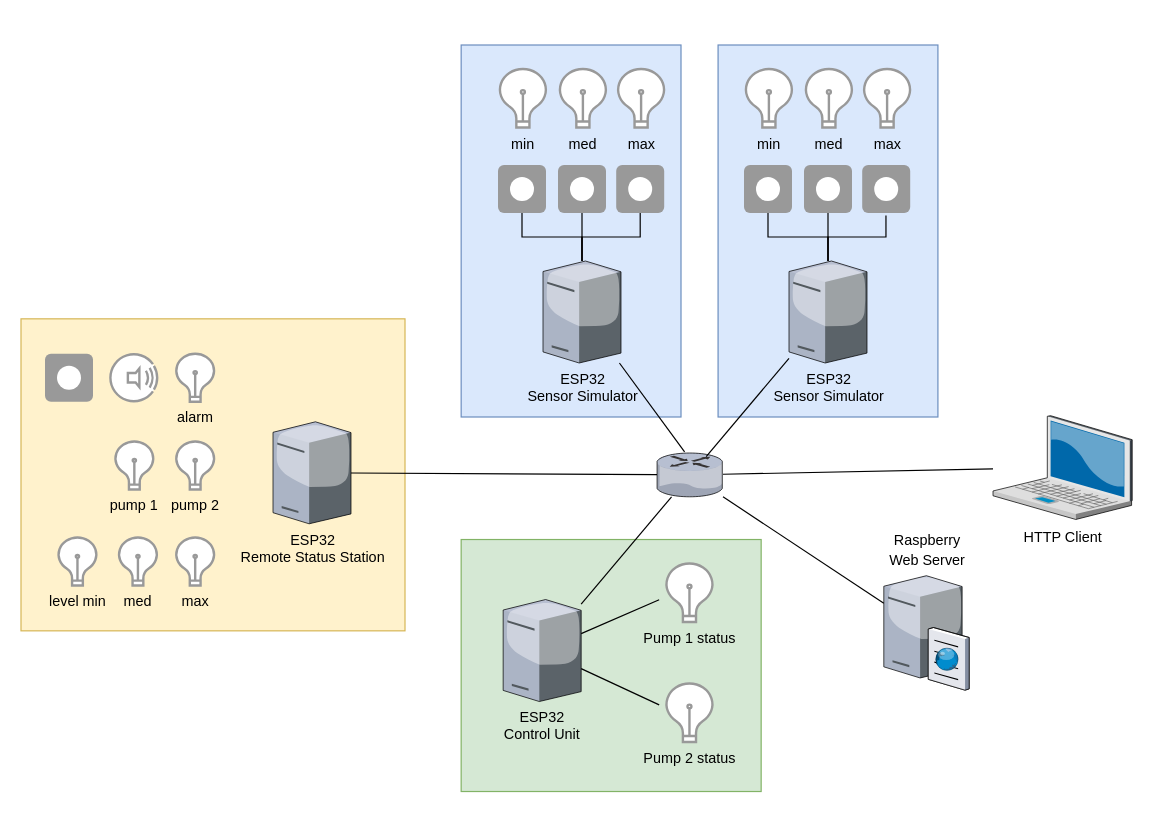
mendes-r/mescc-cslab keeps this draw.io diagram as delivery-1/network-diagram.drawio. Above is the earlier version. Source tidied: cells renumbered, new cells numbered last; positions are measured from the earlier drawing's top-left corner, leaving out a move shared by most shapes. Both pictures are drawn from the tidied source at 120%, with x=0, y=0 at pixel (20, 44).
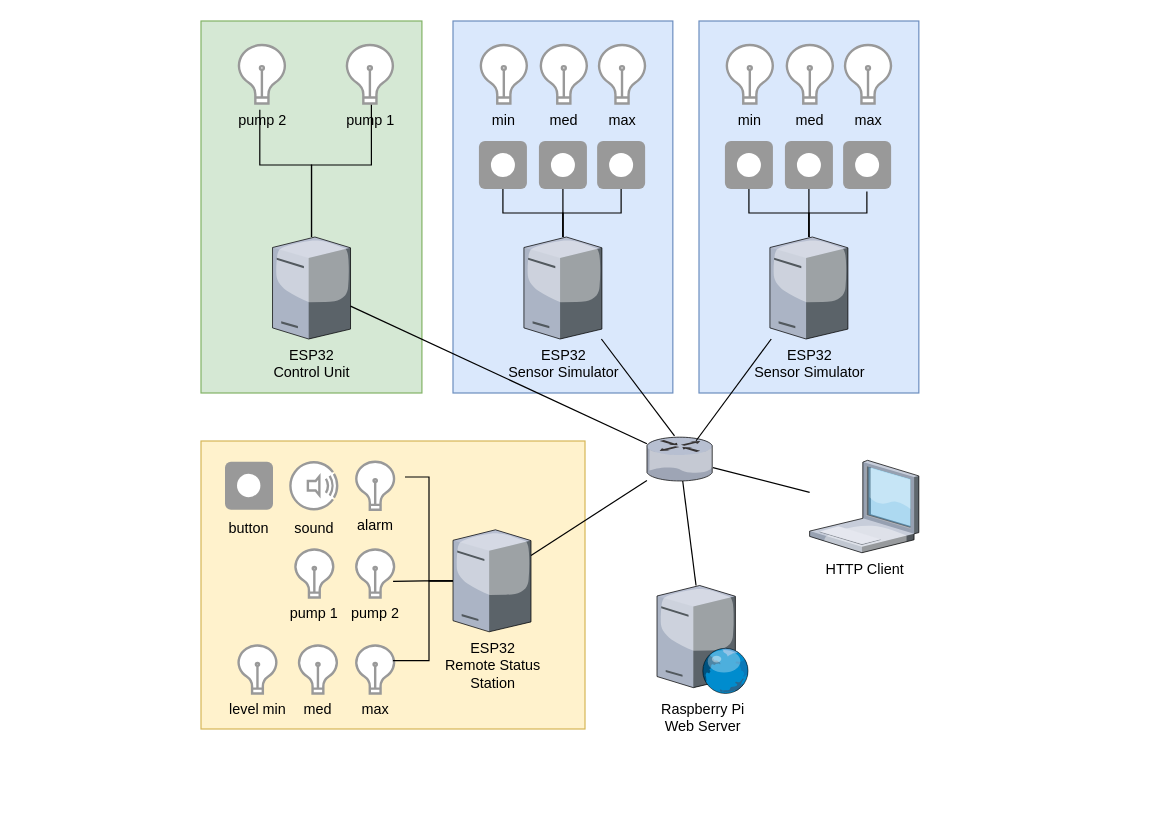
After the change.

Change to the diagram source:
```diff
@@
     <mxCell id="2" style="rounded=0;whiteSpace=wrap;html=1;fillColor=#dae8fc;strokeColor=#6c8ebf;" parent="1" vertex="1">
-      <mxGeometry x="580.9" width="183.2" height="310" as="geometry" />
+      <mxGeometry x="565" y="-20" width="183.2" height="310" as="geometry" />
     </mxCell>
     <mxCell id="3" style="rounded=0;whiteSpace=wrap;html=1;fillColor=#dae8fc;strokeColor=#6c8ebf;" parent="1" vertex="1">
-      <mxGeometry x="366.8" width="183.2" height="310" as="geometry" />
+      <mxGeometry x="360" y="-20" width="183.2" height="310" as="geometry" />
     </mxCell>
     <mxCell id="4" style="rounded=0;whiteSpace=wrap;html=1;fillColor=#d5e8d4;strokeColor=#82b366;" parent="1" vertex="1">
-      <mxGeometry x="366.8" y="412.1" width="250" height="210" as="geometry" />
+      <mxGeometry x="150" y="-20" width="184.1" height="310" as="geometry" />
     </mxCell>
     <mxCell id="5" style="rounded=0;whiteSpace=wrap;html=1;fillColor=#fff2cc;strokeColor=#d6b656;" parent="1" vertex="1">
-      <mxGeometry y="228.2" width="320" height="260" as="geometry" />
+      <mxGeometry x="150" y="330" width="320" height="240" as="geometry" />
     </mxCell>
-    <mxCell id="6" value="&lt;font style=&quot;font-size: 12px;&quot;&gt;HTTP Client&lt;/font&gt;" style="verticalLabelPosition=bottom;html=1;verticalAlign=top;strokeColor=none;shape=mxgraph.citrix.laptop_2;fillColor=#66B2FF;gradientColor=#0066CC;fontSize=14;" parent="1" vertex="1">
-      <mxGeometry x="810" y="308.9" width="116" height="86.5" as="geometry" />
-    </mxCell>
-    <mxCell id="7" value="&lt;font style=&quot;font-size: 12px;&quot;&gt;Raspberry&lt;br&gt;Web Server&lt;/font&gt;" style="verticalLabelPosition=top;html=1;verticalAlign=bottom;strokeColor=none;shape=mxgraph.citrix.cache_server;fillColor=#66B2FF;gradientColor=#0066CC;fontSize=14;labelPosition=center;align=center;" parent="1" vertex="1">
-      <mxGeometry x="719" y="440" width="71" height="97.5" as="geometry" />
-    </mxCell>
     <mxCell id="8" value="ESP32&lt;br&gt;Control Unit" style="verticalLabelPosition=bottom;sketch=0;html=1;verticalAlign=top;strokeColor=none;align=center;outlineConnect=0;shape=mxgraph.citrix.tower_server;" parent="1" vertex="1">
-      <mxGeometry x="401.8" y="462.1" width="65" height="85" as="geometry" />
+      <mxGeometry x="209.6" y="160" width="65" height="85" as="geometry" />
     </mxCell>
@@
     <mxCell id="12" value="ESP32&lt;br&gt;Sensor Simulator" style="verticalLabelPosition=bottom;sketch=0;html=1;verticalAlign=top;strokeColor=none;align=center;outlineConnect=0;shape=mxgraph.citrix.tower_server;" parent="1" vertex="1">
-      <mxGeometry x="435" y="180" width="65" height="85" as="geometry" />
+      <mxGeometry x="419.1" y="160" width="65" height="85" as="geometry" />
     </mxCell>
@@
     <mxCell id="15" value="ESP32&lt;br&gt;Sensor Simulator" style="verticalLabelPosition=bottom;sketch=0;html=1;verticalAlign=top;strokeColor=none;align=center;outlineConnect=0;shape=mxgraph.citrix.tower_server;" parent="1" vertex="1">
-      <mxGeometry x="640" y="180" width="65" height="85" as="geometry" />
+      <mxGeometry x="624.1" y="160" width="65" height="85" as="geometry" />
     </mxCell>
     <mxCell id="16" style="verticalLabelPosition=bottom;html=1;verticalAlign=top;strokeColor=none;shape=mxgraph.citrix.router;fillColor=#66B2FF;gradientColor=#0066CC;fontSize=14;" parent="1" vertex="1">
-      <mxGeometry x="530" y="340" width="55" height="36.5" as="geometry" />
+      <mxGeometry x="521.6" y="326.8" width="55" height="36.5" as="geometry" />
     </mxCell>
-    <mxCell id="17" style="html=1;verticalLabelPosition=bottom;align=center;labelBackgroundColor=#ffffff;verticalAlign=top;strokeWidth=2;strokeColor=#999999;shadow=0;dashed=0;shape=mxgraph.ios7.icons.loud;" parent="1" vertex="1">
-      <mxGeometry x="74.4" y="256.1" width="40" height="42.4" as="geometry" />
+    <mxCell id="17" value="sound" style="html=1;verticalLabelPosition=bottom;align=center;labelBackgroundColor=none;verticalAlign=top;strokeWidth=2;strokeColor=#999999;shadow=0;dashed=0;shape=mxgraph.ios7.icons.loud;" parent="1" vertex="1">
+      <mxGeometry x="224.4" y="346.1" width="40" height="42.4" as="geometry" />
     </mxCell>
@@
-    <mxCell id="21" style="endArrow=none;html=1;rounded=0;" parent="1" edge="1" source="8">
+    <mxCell id="21" style="endArrow=none;html=1;rounded=0;entryX=0.53;entryY=1.013;entryDx=0;entryDy=0;entryPerimeter=0;edgeStyle=orthogonalEdgeStyle;" parent="1" edge="1" source="8" target="52">
       <mxGeometry relative="1" as="geometry">
-        <mxPoint x="531.8" y="462.3" as="targetPoint" />
+        <Array as="points">
+          <mxPoint x="242" y="100" />
+          <mxPoint x="292" y="100" />
+        </Array>
       </mxGeometry>
     </mxCell>
-    <mxCell id="22" style="endArrow=none;html=1;rounded=0;" parent="1" edge="1" source="8">
+    <mxCell id="22" style="endArrow=none;html=1;rounded=0;entryX=0.458;entryY=1.109;entryDx=0;entryDy=0;entryPerimeter=0;edgeStyle=orthogonalEdgeStyle;" parent="1" edge="1" source="8" target="53">
       <mxGeometry relative="1" as="geometry">
-        <mxPoint x="531.8" y="549.9" as="targetPoint" />
+        <Array as="points">
+          <mxPoint x="242" y="100" />
+          <mxPoint x="199" y="100" />
+        </Array>
       </mxGeometry>
     </mxCell>
     <mxCell id="23" style="html=1;shadow=0;dashed=0;shape=mxgraph.bootstrap.rrect;rSize=5;strokeColor=none;html=1;whiteSpace=wrap;fillColor=#999999;fontColor=#ffffff;align=right;spacing=10;gradientColor=none;" parent="1" vertex="1">
-      <mxGeometry x="397.5" y="100" width="40" height="40" as="geometry" />
+      <mxGeometry x="381.6" y="80" width="40" height="40" as="geometry" />
     </mxCell>
@@
     <mxCell id="25" value="min" style="html=1;verticalLabelPosition=bottom;align=center;labelBackgroundColor=none;verticalAlign=top;strokeWidth=2;strokeColor=#999999;shadow=0;dashed=0;shape=mxgraph.ios7.icons.lightbulb;" parent="1" vertex="1">
-      <mxGeometry x="397.5" y="20" width="41.5" height="48.7" as="geometry" />
+      <mxGeometry x="381.6" width="41.5" height="48.7" as="geometry" />
     </mxCell>
     <mxCell id="26" style="html=1;shadow=0;dashed=0;shape=mxgraph.bootstrap.rrect;rSize=5;strokeColor=none;html=1;whiteSpace=wrap;fillColor=#999999;fontColor=#ffffff;align=right;spacing=10;gradientColor=none;" parent="1" vertex="1">
-      <mxGeometry x="447.5" y="100" width="40" height="40" as="geometry" />
+      <mxGeometry x="431.6" y="80" width="40" height="40" as="geometry" />
     </mxCell>
@@
     <mxCell id="28" value="med" style="html=1;verticalLabelPosition=bottom;align=center;labelBackgroundColor=none;verticalAlign=top;strokeWidth=2;strokeColor=#999999;shadow=0;dashed=0;shape=mxgraph.ios7.icons.lightbulb;" parent="1" vertex="1">
-      <mxGeometry x="447.5" y="20" width="41.5" height="48.7" as="geometry" />
+      <mxGeometry x="431.6" width="41.5" height="48.7" as="geometry" />
     </mxCell>
     <mxCell id="29" style="html=1;shadow=0;dashed=0;shape=mxgraph.bootstrap.rrect;rSize=5;strokeColor=none;html=1;whiteSpace=wrap;fillColor=#999999;fontColor=#ffffff;align=right;spacing=10;gradientColor=none;" parent="1" vertex="1">
-      <mxGeometry x="496" y="100" width="40" height="40" as="geometry" />
+      <mxGeometry x="480.1" y="80" width="40" height="40" as="geometry" />
     </mxCell>
@@
     <mxCell id="31" value="max" style="html=1;verticalLabelPosition=bottom;align=center;labelBackgroundColor=none;verticalAlign=top;strokeWidth=2;strokeColor=#999999;shadow=0;dashed=0;shape=mxgraph.ios7.icons.lightbulb;" parent="1" vertex="1">
-      <mxGeometry x="496" y="20" width="41.5" height="48.7" as="geometry" />
+      <mxGeometry x="480.1" width="41.5" height="48.7" as="geometry" />
     </mxCell>
     <mxCell id="32" style="html=1;shadow=0;dashed=0;shape=mxgraph.bootstrap.rrect;rSize=5;strokeColor=none;html=1;whiteSpace=wrap;fillColor=#999999;fontColor=#ffffff;align=right;spacing=10;gradientColor=none;" parent="1" vertex="1">
-      <mxGeometry x="602.5" y="100" width="40" height="40" as="geometry" />
+      <mxGeometry x="586.6" y="80" width="40" height="40" as="geometry" />
     </mxCell>
@@
     <mxCell id="34" value="min" style="html=1;verticalLabelPosition=bottom;align=center;labelBackgroundColor=none;verticalAlign=top;strokeWidth=2;strokeColor=#999999;shadow=0;dashed=0;shape=mxgraph.ios7.icons.lightbulb;" parent="1" vertex="1">
-      <mxGeometry x="602.5" y="20" width="41.5" height="48.7" as="geometry" />
+      <mxGeometry x="586.6" width="41.5" height="48.7" as="geometry" />
     </mxCell>
     <mxCell id="35" style="html=1;shadow=0;dashed=0;shape=mxgraph.bootstrap.rrect;rSize=5;strokeColor=none;html=1;whiteSpace=wrap;fillColor=#999999;fontColor=#ffffff;align=right;spacing=10;gradientColor=none;" parent="1" vertex="1">
-      <mxGeometry x="652.5" y="100" width="40" height="40" as="geometry" />
+      <mxGeometry x="636.6" y="80" width="40" height="40" as="geometry" />
     </mxCell>
@@
     <mxCell id="37" value="med" style="html=1;verticalLabelPosition=bottom;align=center;labelBackgroundColor=none;verticalAlign=top;strokeWidth=2;strokeColor=#999999;shadow=0;dashed=0;shape=mxgraph.ios7.icons.lightbulb;" parent="1" vertex="1">
-      <mxGeometry x="652.5" y="20" width="41.5" height="48.7" as="geometry" />
+      <mxGeometry x="636.6" width="41.5" height="48.7" as="geometry" />
     </mxCell>
     <mxCell id="38" style="html=1;shadow=0;dashed=0;shape=mxgraph.bootstrap.rrect;rSize=5;strokeColor=none;html=1;whiteSpace=wrap;fillColor=#999999;fontColor=#ffffff;align=right;spacing=10;gradientColor=none;" parent="1" vertex="1">
-      <mxGeometry x="701" y="100" width="40" height="40" as="geometry" />
+      <mxGeometry x="685.1" y="80" width="40" height="40" as="geometry" />
     </mxCell>
@@
     <mxCell id="40" value="max" style="html=1;verticalLabelPosition=bottom;align=center;labelBackgroundColor=none;verticalAlign=top;strokeWidth=2;strokeColor=#999999;shadow=0;dashed=0;shape=mxgraph.ios7.icons.lightbulb;" parent="1" vertex="1">
-      <mxGeometry x="701" y="20" width="41.5" height="48.7" as="geometry" />
+      <mxGeometry x="685.1" width="41.5" height="48.7" as="geometry" />
     </mxCell>
@@
-    <mxCell id="42" value="ESP32&lt;br&gt;Remote Status Station" style="verticalLabelPosition=bottom;sketch=0;html=1;verticalAlign=top;strokeColor=none;align=center;outlineConnect=0;shape=mxgraph.citrix.tower_server;" parent="1" vertex="1">
-      <mxGeometry x="210" y="314" width="65" height="85" as="geometry" />
+    <mxCell id="42" value="ESP32&lt;br&gt;Remote Status &lt;br&gt;Station" style="verticalLabelPosition=bottom;sketch=0;html=1;verticalAlign=top;strokeColor=none;align=center;outlineConnect=0;shape=mxgraph.citrix.tower_server;" parent="1" vertex="1">
+      <mxGeometry x="360" y="404" width="65" height="85" as="geometry" />
     </mxCell>
@@
     <mxCell id="44" style="html=1;shadow=0;dashed=0;shape=mxgraph.bootstrap.rrect;rSize=5;strokeColor=none;html=1;whiteSpace=wrap;fillColor=#999999;fontColor=#ffffff;align=right;spacing=10;gradientColor=none;" parent="1" vertex="1">
-      <mxGeometry x="20" y="257.3" width="40" height="40" as="geometry" />
+      <mxGeometry x="170" y="347.3" width="40" height="40" as="geometry" />
     </mxCell>
     <mxCell id="45" style="html=1;shadow=0;dashed=0;shape=ellipse;strokeColor=none;fillColor=#ffffff;" parent="44" vertex="1">
-      <mxGeometry x="0.5" y="0.5" width="20" height="20" relative="1" as="geometry">
+      <mxGeometry x="0.5" y="0.5" width="19.5" height="19.5" relative="1" as="geometry">
         <mxPoint x="-10" y="-10" as="offset" />
       </mxGeometry>
     </mxCell>
     <mxCell id="46" value="alarm" style="html=1;verticalLabelPosition=bottom;align=center;labelBackgroundColor=none;verticalAlign=top;strokeWidth=2;strokeColor=#999999;shadow=0;dashed=0;shape=mxgraph.ios7.icons.lightbulb;" parent="1" vertex="1">
-      <mxGeometry x="128.1" y="257.3" width="34.1" height="40" as="geometry" />
+      <mxGeometry x="278.1" y="347.3" width="34.1" height="40" as="geometry" />
     </mxCell>
     <mxCell id="47" value="pump 2" style="html=1;verticalLabelPosition=bottom;align=center;labelBackgroundColor=none;verticalAlign=top;strokeWidth=2;strokeColor=#999999;shadow=0;dashed=0;shape=mxgraph.ios7.icons.lightbulb;" parent="1" vertex="1">
-      <mxGeometry x="128.1" y="330.4" width="34.1" height="40" as="geometry" />
+      <mxGeometry x="278.1" y="420.4" width="34.1" height="40" as="geometry" />
     </mxCell>
     <mxCell id="48" value="max" style="html=1;verticalLabelPosition=bottom;align=center;labelBackgroundColor=none;verticalAlign=top;strokeWidth=2;strokeColor=#999999;shadow=0;dashed=0;shape=mxgraph.ios7.icons.lightbulb;" parent="1" vertex="1">
-      <mxGeometry x="128.1" y="410.4" width="34.1" height="40" as="geometry" />
+      <mxGeometry x="278.1" y="500.4" width="34.1" height="40" as="geometry" />
     </mxCell>
     <mxCell id="49" value="med" style="html=1;verticalLabelPosition=bottom;align=center;labelBackgroundColor=none;verticalAlign=top;strokeWidth=2;strokeColor=#999999;shadow=0;dashed=0;shape=mxgraph.ios7.icons.lightbulb;" parent="1" vertex="1">
-      <mxGeometry x="80.4" y="410.4" width="34.1" height="40" as="geometry" />
+      <mxGeometry x="230.4" y="500.4" width="34.1" height="40" as="geometry" />
     </mxCell>
     <mxCell id="50" value="level min" style="html=1;verticalLabelPosition=bottom;align=center;labelBackgroundColor=none;verticalAlign=top;strokeWidth=2;strokeColor=#999999;shadow=0;dashed=0;shape=mxgraph.ios7.icons.lightbulb;" parent="1" vertex="1">
-      <mxGeometry x="30" y="410.4" width="34.1" height="40" as="geometry" />
+      <mxGeometry x="180" y="500.4" width="34.1" height="40" as="geometry" />
     </mxCell>
-    <mxCell id="51" style="endArrow=none;html=1;rounded=0;" parent="1" edge="1" source="7" target="16">
+    <mxCell id="51" style="endArrow=none;html=1;rounded=0;" parent="1" edge="1" source="60" target="16">
       <mxGeometry relative="1" as="geometry" />
     </mxCell>
-    <mxCell id="52" value="Pump 1 status" style="html=1;verticalLabelPosition=bottom;align=center;labelBackgroundColor=none;verticalAlign=top;strokeWidth=2;strokeColor=#999999;shadow=0;dashed=0;shape=mxgraph.ios7.icons.lightbulb;" parent="1" vertex="1">
-      <mxGeometry x="536.3" y="432.1" width="41.5" height="48.7" as="geometry" />
+    <mxCell id="52" value="pump 1" style="html=1;verticalLabelPosition=bottom;align=center;labelBackgroundColor=none;verticalAlign=top;strokeWidth=2;strokeColor=#999999;shadow=0;dashed=0;shape=mxgraph.ios7.icons.lightbulb;" parent="1" vertex="1">
+      <mxGeometry x="270" width="41.5" height="48.7" as="geometry" />
     </mxCell>
-    <mxCell id="53" value="Pump 2 status" style="html=1;verticalLabelPosition=bottom;align=center;labelBackgroundColor=none;verticalAlign=top;strokeWidth=2;strokeColor=#999999;shadow=0;dashed=0;shape=mxgraph.ios7.icons.lightbulb;" parent="1" vertex="1">
-      <mxGeometry x="536.3" y="532.1" width="41.5" height="48.7" as="geometry" />
+    <mxCell id="53" value="pump 2" style="html=1;verticalLabelPosition=bottom;align=center;labelBackgroundColor=none;verticalAlign=top;strokeWidth=2;strokeColor=#999999;shadow=0;dashed=0;shape=mxgraph.ios7.icons.lightbulb;" parent="1" vertex="1">
+      <mxGeometry x="180" width="41.5" height="48.7" as="geometry" />
     </mxCell>
     <mxCell id="54" value="pump 1" style="html=1;verticalLabelPosition=bottom;align=center;labelBackgroundColor=none;verticalAlign=top;strokeWidth=2;strokeColor=#999999;shadow=0;dashed=0;shape=mxgraph.ios7.icons.lightbulb;" parent="1" vertex="1">
-      <mxGeometry x="77.4" y="330.4" width="34.1" height="40" as="geometry" />
+      <mxGeometry x="227.4" y="420.4" width="34.1" height="40" as="geometry" />
     </mxCell>
@@
+    <mxCell id="56" value="button" style="text;html=1;strokeColor=none;fillColor=none;align=center;verticalAlign=middle;whiteSpace=wrap;rounded=0;" parent="1" vertex="1">
+      <mxGeometry x="160" y="387.5" width="60" height="30" as="geometry" />
+    </mxCell>
+    <mxCell id="57" style="edgeStyle=orthogonalEdgeStyle;rounded=0;jettySize=auto;html=1;endArrow=none;endFill=0;" parent="1" edge="1" source="42">
+      <mxGeometry relative="1" as="geometry">
+        <mxPoint x="320" y="360" as="targetPoint" />
+        <Array as="points">
+          <mxPoint x="340" y="447" />
+          <mxPoint x="340" y="360" />
+        </Array>
+      </mxGeometry>
+    </mxCell>
+    <mxCell id="58" style="edgeStyle=orthogonalEdgeStyle;rounded=0;jettySize=auto;html=1;entryX=0.937;entryY=0.665;entryDx=0;entryDy=0;entryPerimeter=0;endArrow=none;endFill=0;" parent="1" edge="1" source="42" target="47">
+      <mxGeometry relative="1" as="geometry" />
+    </mxCell>
+    <mxCell id="59" style="edgeStyle=orthogonalEdgeStyle;rounded=0;jettySize=auto;html=1;entryX=0.937;entryY=0.315;entryDx=0;entryDy=0;entryPerimeter=0;endArrow=none;endFill=0;" parent="1" edge="1" source="42" target="48">
+      <mxGeometry relative="1" as="geometry">
+        <Array as="points">
+          <mxPoint x="340" y="447" />
+          <mxPoint x="340" y="513" />
+        </Array>
+      </mxGeometry>
+    </mxCell>
+    <mxCell id="60" value="Raspberry Pi&lt;br&gt;Web Server" style="verticalLabelPosition=bottom;sketch=0;html=1;verticalAlign=top;strokeColor=none;align=center;outlineConnect=0;shape=mxgraph.citrix.web_server;" parent="1" vertex="1">
+      <mxGeometry x="530" y="450.4" width="76.5" height="90" as="geometry" />
+    </mxCell>
+    <mxCell id="6" value="HTTP Client" style="verticalLabelPosition=bottom;sketch=0;html=1;verticalAlign=top;strokeColor=none;align=center;outlineConnect=0;shape=mxgraph.citrix.laptop_1;" parent="1" vertex="1">
+      <mxGeometry x="657.2" y="346.1" width="91" height="77" as="geometry" />
+    </mxCell>
```
